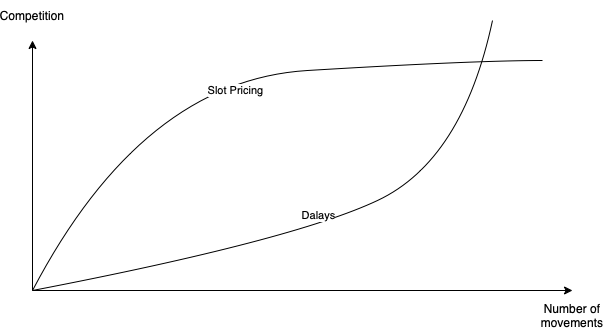
The draw.io diagram img/6_competition_en.png in Kuniyoshi-Lucas/ppca-qualify-lucaskuniyoshi2, before a commit. Source tidied: cells renumbered, new cells last; positions are measured from the earlier drawing's top-left corner, leaving out a move shared by most shapes. Source of this version:
```xml
<mxGraphModel>
  <root>
    <mxCell id="0" />
    <mxCell id="1" parent="0" />
    <mxCell id="2" style="endArrow=classic;html=1;rounded=0;" parent="1" edge="1">
      <mxGeometry relative="1" as="geometry">
        <mxPoint x="30" y="290" as="sourcePoint" />
        <mxPoint x="570" y="290" as="targetPoint" />
      </mxGeometry>
    </mxCell>
    <mxCell id="3" style="endArrow=classic;html=1;rounded=0;" parent="1" edge="1">
      <mxGeometry relative="1" as="geometry">
        <mxPoint x="30" y="290" as="sourcePoint" />
        <mxPoint x="30" y="40" as="targetPoint" />
      </mxGeometry>
    </mxCell>
    <mxCell id="4" value="Dalays" style="curved=1;endArrow=none;html=1;rounded=0;endFill=0;" parent="1" edge="1">
      <mxGeometry y="11" relative="1" as="geometry">
        <mxPoint x="30" y="290" as="sourcePoint" />
        <mxPoint x="490" y="20" as="targetPoint" />
        <Array as="points">
          <mxPoint x="290" y="240" />
          <mxPoint x="460" y="160" />
        </Array>
      </mxGeometry>
    </mxCell>
    <mxCell id="5" value="Number of movements" style="text;html=1;strokeColor=none;fillColor=none;align=center;verticalAlign=middle;whiteSpace=wrap;rounded=0;" parent="1" vertex="1">
      <mxGeometry x="540" y="300" width="60" height="30" as="geometry" />
    </mxCell>
    <mxCell id="6" value="Competition" style="text;html=1;strokeColor=none;fillColor=none;align=center;verticalAlign=middle;whiteSpace=wrap;rounded=0;" parent="1" vertex="1">
      <mxGeometry width="60" height="30" as="geometry" />
    </mxCell>
    <mxCell id="7" value="Slot Pricing" style="curved=1;endArrow=none;html=1;rounded=0;endFill=0;" parent="1" edge="1">
      <mxGeometry x="0.03" y="-16" relative="1" as="geometry">
        <mxPoint x="30" y="290" as="sourcePoint" />
        <mxPoint x="540" y="60" as="targetPoint" />
        <Array as="points">
          <mxPoint x="140" y="80" />
          <mxPoint x="470" y="60" />
        </Array>
      </mxGeometry>
    </mxCell>
  </root>
</mxGraphModel>
```
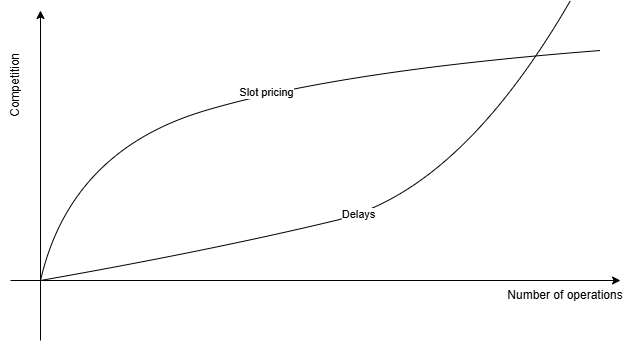
The same diagram one commit later.

Change to the diagram source:
```diff
@@ -2,43 +2,43 @@
   <root>
     <mxCell id="0" />
     <mxCell id="1" parent="0" />
-    <mxCell id="2" style="endArrow=classic;html=1;rounded=0;" parent="1" edge="1">
-      <mxGeometry relative="1" as="geometry">
-        <mxPoint x="30" y="290" as="sourcePoint" />
-        <mxPoint x="570" y="290" as="targetPoint" />
-      </mxGeometry>
-    </mxCell>
-    <mxCell id="3" style="endArrow=classic;html=1;rounded=0;" parent="1" edge="1">
-      <mxGeometry relative="1" as="geometry">
-        <mxPoint x="30" y="290" as="sourcePoint" />
-        <mxPoint x="30" y="40" as="targetPoint" />
-      </mxGeometry>
-    </mxCell>
-    <mxCell id="4" value="Dalays" style="curved=1;endArrow=none;html=1;rounded=0;endFill=0;" parent="1" edge="1">
-      <mxGeometry y="11" relative="1" as="geometry">
-        <mxPoint x="30" y="290" as="sourcePoint" />
-        <mxPoint x="490" y="20" as="targetPoint" />
-        <Array as="points">
-          <mxPoint x="290" y="240" />
-          <mxPoint x="460" y="160" />
-        </Array>
-      </mxGeometry>
-    </mxCell>
-    <mxCell id="5" value="Number of movements" style="text;html=1;strokeColor=none;fillColor=none;align=center;verticalAlign=middle;whiteSpace=wrap;rounded=0;" parent="1" vertex="1">
-      <mxGeometry x="540" y="300" width="60" height="30" as="geometry" />
-    </mxCell>
+    <mxCell id="8" style="endArrow=classic;html=1;rounded=0;" parent="1" edge="1">
+      <mxGeometry relative="1" as="geometry">
+        <mxPoint x="90" y="270" as="sourcePoint" />
+        <mxPoint x="90" y="-60" as="targetPoint" />
+      </mxGeometry>
+    </mxCell>
+    <mxCell id="9" style="endArrow=classic;html=1;rounded=0;" parent="1" edge="1">
+      <mxGeometry relative="1" as="geometry">
+        <mxPoint x="60" y="210" as="sourcePoint" />
+        <mxPoint x="670" y="210" as="targetPoint" />
+      </mxGeometry>
+    </mxCell>
+    <mxCell id="10" value="Slot pricing" style="curved=1;endArrow=none;html=1;rounded=0;startFill=0;" parent="1" edge="1">
+      <mxGeometry relative="1" as="geometry">
+        <mxPoint x="90" y="210" as="sourcePoint" />
+        <mxPoint x="650" y="-20" as="targetPoint" />
+        <Array as="points">
+          <mxPoint x="120" y="80" />
+          <mxPoint x="390" />
+        </Array>
+      </mxGeometry>
+    </mxCell>
+    <mxCell id="11" value="Delays" style="curved=1;endArrow=none;html=1;rounded=0;startFill=0;" parent="1" edge="1">
+      <mxGeometry relative="1" as="geometry">
+        <mxPoint x="90" y="210" as="sourcePoint" />
+        <mxPoint x="620" y="-70" as="targetPoint" />
+        <Array as="points">
+          <mxPoint x="260" y="180" />
+          <mxPoint x="510" y="120" />
+        </Array>
+      </mxGeometry>
+    </mxCell>
+    <mxCell id="12" value="Number of operations" style="text;html=1;align=center;verticalAlign=middle;whiteSpace=wrap;rounded=0;" parent="1" vertex="1">
+      <mxGeometry x="550" y="210" width="130" height="30" as="geometry" />
+    </mxCell>
-    <mxCell id="6" value="Competition" style="text;html=1;strokeColor=none;fillColor=none;align=center;verticalAlign=middle;whiteSpace=wrap;rounded=0;" parent="1" vertex="1">
-      <mxGeometry width="60" height="30" as="geometry" />
+    <mxCell id="6" value="Competition" style="text;html=1;align=center;verticalAlign=middle;whiteSpace=wrap;rounded=0;rotation=-90;" parent="1" vertex="1">
+      <mxGeometry width="130" height="30" as="geometry" />
     </mxCell>
-    <mxCell id="7" value="Slot Pricing" style="curved=1;endArrow=none;html=1;rounded=0;endFill=0;" parent="1" edge="1">
-      <mxGeometry x="0.03" y="-16" relative="1" as="geometry">
-        <mxPoint x="30" y="290" as="sourcePoint" />
-        <mxPoint x="540" y="60" as="targetPoint" />
-        <Array as="points">
-          <mxPoint x="140" y="80" />
-          <mxPoint x="470" y="60" />
-        </Array>
-      </mxGeometry>
-    </mxCell>
   </root>
 </mxGraphModel>
```
